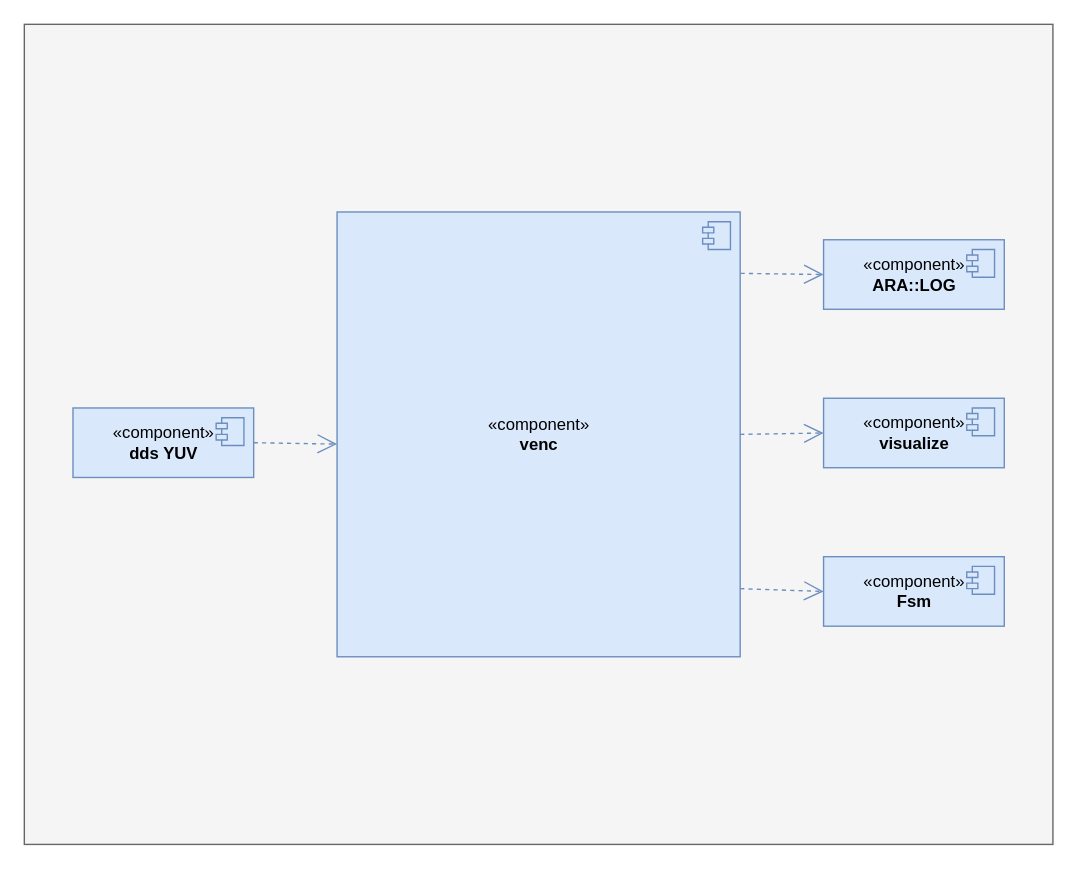
Above: venc模块依赖关系.drawio in xiaoleli/diagrams (draw.io), before the change. Source tidied: cells renumbered, new cells numbered last; positions are measured from the earlier drawing's top-left corner, leaving out a move shared by most shapes. Both pictures are drawn from the tidied source at 139%, with x=0, y=0 at pixel (24, 24).
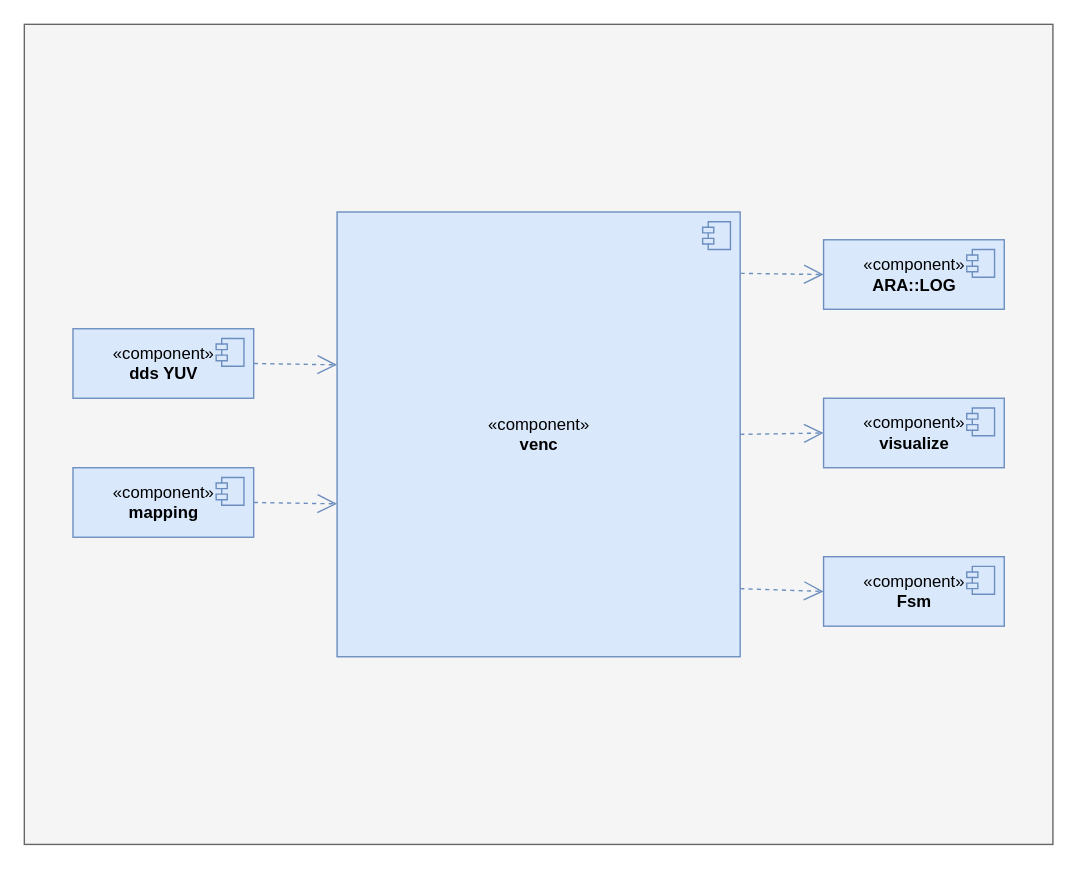
The same page after the edit.

Commit message:
更新venc模块依赖关系.drawio

Diff of the diagram source:
```diff
@@
     <mxCell id="8" value="«c&lt;span&gt;omponent&lt;/span&gt;»&lt;br&gt;&lt;b&gt;dds YUV&lt;/b&gt;" style="html=1;fontStyle=0;fillColor=#dae8fc;strokeColor=#6c8ebf;align=center;" parent="1" vertex="1">
-      <mxGeometry x="35" y="276" width="130" height="50" as="geometry" />
+      <mxGeometry x="35" y="219" width="130" height="50" as="geometry" />
     </mxCell>
@@
     <mxCell id="12" style="endArrow=open;endSize=12;dashed=1;html=1;rounded=0;exitX=1;exitY=0.5;exitDx=0;exitDy=0;fillColor=#dae8fc;strokeColor=#6c8ebf;entryX=0;entryY=0.75;entryDx=0;entryDy=0;" parent="1" edge="1" source="8">
       <mxGeometry relative="1" as="geometry">
-        <mxPoint x="225" y="302" as="targetPoint" />
+        <mxPoint x="225" y="245" as="targetPoint" />
       </mxGeometry>
     </mxCell>
@@
+    <mxCell id="17" value="«c&lt;span&gt;omponent&lt;/span&gt;»&lt;br&gt;&lt;b&gt;mapping&lt;/b&gt;" style="html=1;fontStyle=0;fillColor=#dae8fc;strokeColor=#6c8ebf;align=center;" parent="1" vertex="1">
+      <mxGeometry x="35" y="319" width="130" height="50" as="geometry" />
+    </mxCell>
+    <mxCell id="18" style="shape=module;jettyWidth=8;jettyHeight=4;fillColor=#dae8fc;strokeColor=#6c8ebf;" parent="17" vertex="1">
+      <mxGeometry x="1" width="20" height="20" relative="1" as="geometry">
+        <mxPoint x="-27" y="7" as="offset" />
+      </mxGeometry>
+    </mxCell>
+    <mxCell id="19" style="endArrow=open;endSize=12;dashed=1;html=1;rounded=0;exitX=1;exitY=0.5;exitDx=0;exitDy=0;fillColor=#dae8fc;strokeColor=#6c8ebf;entryX=0;entryY=0.75;entryDx=0;entryDy=0;" parent="1" edge="1" source="17">
+      <mxGeometry relative="1" as="geometry">
+        <mxPoint x="225" y="345" as="targetPoint" />
+      </mxGeometry>
+    </mxCell>
```
